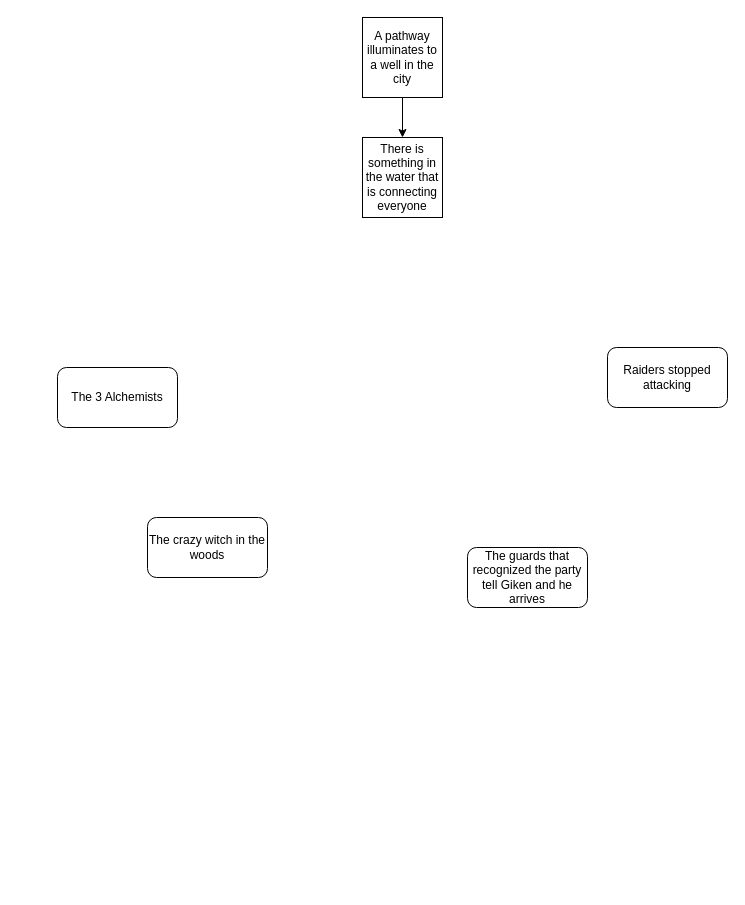
This is Tad Plot.drawio from Gibberoni/traetarc, a draw.io file, before an edit. Source tidied: cells renumbered, new cells numbered last; positions are measured from the earlier drawing's top-left corner, leaving out a move shared by most shapes. Both pictures are drawn from the tidied source at 100%, with x=0, y=0 at pixel (57, 17).
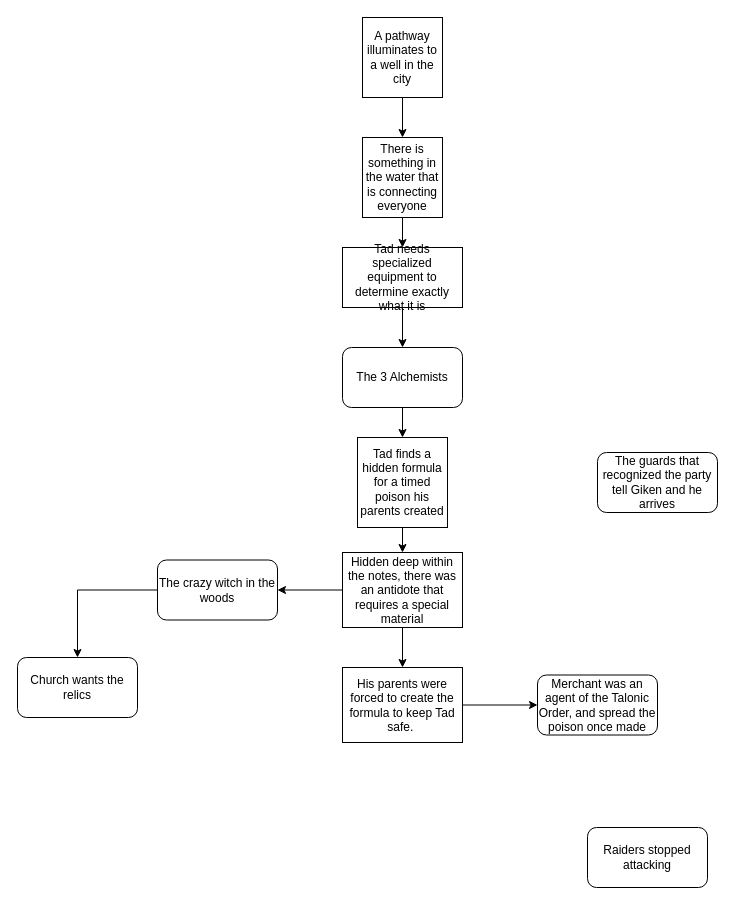
After the change.

Unchanged cells that the change refers to:
```xml
<mxCell id="4" value="There is something in the water that is connecting everyone" style="whiteSpace=wrap;html=1;" parent="1" vertex="1">
  <mxGeometry x="305" y="120" width="80" height="80" as="geometry" />
</mxCell>
```

Change to the diagram source:
```diff
@@
+    <mxCell id="9" style="edgeStyle=orthogonalEdgeStyle;rounded=0;jettySize=auto;html=1;exitX=0.5;exitY=1;exitDx=0;exitDy=0;entryX=0.5;entryY=0;entryDx=0;entryDy=0;" parent="1" edge="1" source="4" target="13">
+      <mxGeometry relative="1" as="geometry" />
+    </mxCell>
@@
     <mxCell id="5" value="Raiders stopped attacking" style="rounded=1;whiteSpace=wrap;html=1;" parent="1" vertex="1">
-      <mxGeometry x="550" y="330" width="120" height="60" as="geometry" />
+      <mxGeometry x="530" y="810" width="120" height="60" as="geometry" />
     </mxCell>
+    <mxCell id="10" style="edgeStyle=orthogonalEdgeStyle;rounded=0;jettySize=auto;html=1;exitX=0.5;exitY=1;exitDx=0;exitDy=0;entryX=0.5;entryY=0;entryDx=0;entryDy=0;" parent="1" edge="1" source="6" target="16">
+      <mxGeometry relative="1" as="geometry" />
+    </mxCell>
     <mxCell id="6" value="The 3 Alchemists" style="rounded=1;whiteSpace=wrap;html=1;" parent="1" vertex="1">
-      <mxGeometry y="350" width="120" height="60" as="geometry" />
+      <mxGeometry x="285" y="330" width="120" height="60" as="geometry" />
     </mxCell>
+    <mxCell id="11" style="edgeStyle=orthogonalEdgeStyle;rounded=0;jettySize=auto;html=1;exitX=0;exitY=0.5;exitDx=0;exitDy=0;" parent="1" edge="1" source="7" target="14">
+      <mxGeometry relative="1" as="geometry" />
+    </mxCell>
     <mxCell id="7" value="The crazy witch in the woods" style="rounded=1;whiteSpace=wrap;html=1;" parent="1" vertex="1">
-      <mxGeometry x="90" y="500" width="120" height="60" as="geometry" />
+      <mxGeometry x="100" y="542.5" width="120" height="60" as="geometry" />
     </mxCell>
     <mxCell id="8" value="The guards that recognized the party tell Giken and he arrives" style="rounded=1;whiteSpace=wrap;html=1;" parent="1" vertex="1">
-      <mxGeometry x="410" y="530" width="120" height="60" as="geometry" />
+      <mxGeometry x="540" y="435" width="120" height="60" as="geometry" />
     </mxCell>
+    <mxCell id="12" style="edgeStyle=orthogonalEdgeStyle;rounded=0;jettySize=auto;html=1;exitX=0.5;exitY=1;exitDx=0;exitDy=0;entryX=0.5;entryY=0;entryDx=0;entryDy=0;" parent="1" edge="1" source="13" target="6">
+      <mxGeometry relative="1" as="geometry" />
+    </mxCell>
+    <mxCell id="13" value="Tad needs specialized equipment to determine exactly what it is" style="whiteSpace=wrap;html=1;" parent="1" vertex="1">
+      <mxGeometry x="285" y="230" width="120" height="60" as="geometry" />
+    </mxCell>
+    <mxCell id="14" value="&lt;div&gt;Church wants the relics&lt;/div&gt;" style="rounded=1;whiteSpace=wrap;html=1;" parent="1" vertex="1">
+      <mxGeometry x="-40" y="640" width="120" height="60" as="geometry" />
+    </mxCell>
+    <mxCell id="15" style="edgeStyle=orthogonalEdgeStyle;rounded=0;jettySize=auto;html=1;" parent="1" edge="1" source="16" target="19">
+      <mxGeometry relative="1" as="geometry" />
+    </mxCell>
+    <mxCell id="16" value="Tad finds a hidden formula for a timed poison his parents created" style="whiteSpace=wrap;html=1;" parent="1" vertex="1">
+      <mxGeometry x="300" y="420" width="90" height="90" as="geometry" />
+    </mxCell>
+    <mxCell id="17" style="edgeStyle=orthogonalEdgeStyle;rounded=0;jettySize=auto;html=1;exitX=0;exitY=0.5;exitDx=0;exitDy=0;entryX=1;entryY=0.5;entryDx=0;entryDy=0;" parent="1" edge="1" source="19" target="7">
+      <mxGeometry relative="1" as="geometry" />
+    </mxCell>
+    <mxCell id="18" style="edgeStyle=orthogonalEdgeStyle;rounded=0;jettySize=auto;html=1;exitX=0.5;exitY=1;exitDx=0;exitDy=0;entryX=0.5;entryY=0;entryDx=0;entryDy=0;" parent="1" edge="1" source="19" target="21">
+      <mxGeometry relative="1" as="geometry" />
+    </mxCell>
+    <mxCell id="19" value="Hidden deep within the notes, there was an antidote that requires a special material" style="whiteSpace=wrap;html=1;" parent="1" vertex="1">
+      <mxGeometry x="285" y="535" width="120" height="75" as="geometry" />
+    </mxCell>
+    <mxCell id="20" style="edgeStyle=orthogonalEdgeStyle;rounded=0;jettySize=auto;html=1;exitX=1;exitY=0.5;exitDx=0;exitDy=0;entryX=0;entryY=0.5;entryDx=0;entryDy=0;" parent="1" edge="1" source="21" target="22">
+      <mxGeometry relative="1" as="geometry" />
+    </mxCell>
+    <mxCell id="21" value="His parents were forced to create the formula to keep Tad safe.&amp;nbsp;" style="whiteSpace=wrap;html=1;" parent="1" vertex="1">
+      <mxGeometry x="285" y="650" width="120" height="75" as="geometry" />
+    </mxCell>
+    <mxCell id="22" value="Merchant was an agent of the Talonic Order, and spread the poison once made" style="rounded=1;whiteSpace=wrap;html=1;" parent="1" vertex="1">
+      <mxGeometry x="480" y="657.5" width="120" height="60" as="geometry" />
+    </mxCell>
```
